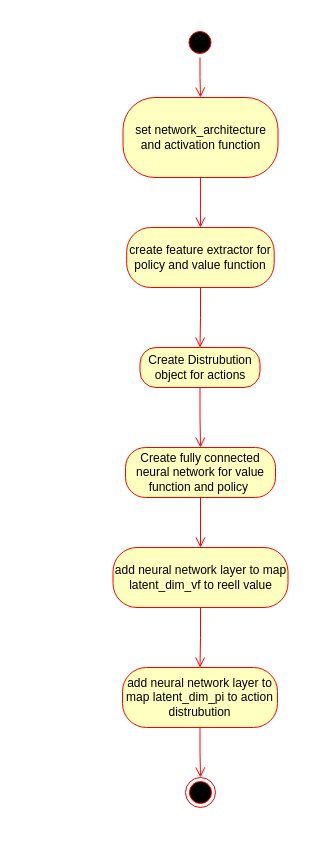
aferdina/rlcoding-lecturenodes keeps this draw.io diagram as lectures/Lecture_06/images/CreateNeuralNetwork.drawio. Above is the earlier version. Source tidied: cells renumbered, new cells numbered last; positions are measured from the earlier drawing's top-left corner, leaving out a move shared by most shapes. Both pictures are drawn from the tidied source at 100%, with x=0, y=0 at pixel (113, 27).
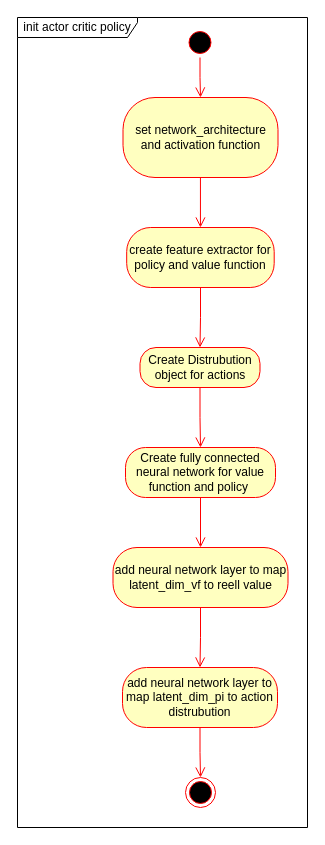
Above is the later version.

Commit message:
add class diagramms

Diff of the diagram source:
```diff
@@
 <mxGraphModel>
   <root>
     <mxCell id="0" />
     <mxCell id="1" parent="0" />
     <mxCell id="2" style="ellipse;html=1;shape=startState;fillColor=#000000;strokeColor=#ff0000;" parent="1" vertex="1">
       <mxGeometry x="71.5" width="30" height="30" as="geometry" />
     </mxCell>
     <mxCell id="3" style="edgeStyle=orthogonalEdgeStyle;html=1;verticalAlign=bottom;endArrow=open;endSize=8;strokeColor=#ff0000;rounded=0;entryX=0.5;entryY=0;entryDx=0;entryDy=0;" parent="1" edge="1" source="2" target="4">
       <mxGeometry relative="1" as="geometry" />
     </mxCell>
     <mxCell id="4" value="set network_architecture and activation function" style="rounded=1;whiteSpace=wrap;html=1;arcSize=40;fontColor=#000000;fillColor=#ffffc0;strokeColor=#ff0000;" parent="1" vertex="1">
       <mxGeometry x="9.5" y="70" width="155" height="80" as="geometry" />
     </mxCell>
     <mxCell id="5" style="edgeStyle=orthogonalEdgeStyle;html=1;verticalAlign=bottom;endArrow=open;endSize=8;strokeColor=#ff0000;rounded=0;entryX=0.5;entryY=0;entryDx=0;entryDy=0;" parent="1" edge="1" source="4" target="6">
       <mxGeometry relative="1" as="geometry" />
     </mxCell>
     <mxCell id="6" value="create feature extractor for policy and value function" style="rounded=1;whiteSpace=wrap;html=1;arcSize=40;fontColor=#000000;fillColor=#ffffc0;strokeColor=#ff0000;" parent="1" vertex="1">
       <mxGeometry x="13.2" y="200" width="147.5" height="60" as="geometry" />
     </mxCell>
     <mxCell id="7" style="edgeStyle=orthogonalEdgeStyle;html=1;verticalAlign=bottom;endArrow=open;endSize=8;strokeColor=#ff0000;rounded=0;entryX=0.5;entryY=0;entryDx=0;entryDy=0;" parent="1" edge="1" source="6" target="8">
       <mxGeometry relative="1" as="geometry" />
     </mxCell>
     <mxCell id="8" value="Create Distrubution object for actions" style="rounded=1;whiteSpace=wrap;html=1;arcSize=40;fontColor=#000000;fillColor=#ffffc0;strokeColor=#ff0000;" parent="1" vertex="1">
       <mxGeometry x="26.5" y="320" width="120" height="40" as="geometry" />
     </mxCell>
     <mxCell id="9" style="edgeStyle=orthogonalEdgeStyle;html=1;verticalAlign=bottom;endArrow=open;endSize=8;strokeColor=#ff0000;rounded=0;entryX=0.5;entryY=0;entryDx=0;entryDy=0;" parent="1" edge="1" source="8" target="10">
       <mxGeometry relative="1" as="geometry" />
     </mxCell>
     <mxCell id="10" value="Create fully connected neural network for value function and policy&amp;nbsp;" style="rounded=1;whiteSpace=wrap;html=1;arcSize=40;fontColor=#000000;fillColor=#ffffc0;strokeColor=#ff0000;" parent="1" vertex="1">
       <mxGeometry x="12" y="420" width="150" height="50" as="geometry" />
     </mxCell>
     <mxCell id="11" style="edgeStyle=orthogonalEdgeStyle;html=1;verticalAlign=bottom;endArrow=open;endSize=8;strokeColor=#ff0000;rounded=0;entryX=0.5;entryY=0;entryDx=0;entryDy=0;" parent="1" edge="1" source="10" target="12">
       <mxGeometry relative="1" as="geometry" />
     </mxCell>
     <mxCell id="12" value="add neural network layer to map latent_dim_vf to reell value" style="rounded=1;whiteSpace=wrap;html=1;arcSize=40;fontColor=#000000;fillColor=#ffffc0;strokeColor=#ff0000;" parent="1" vertex="1">
       <mxGeometry x="-0.5" y="520" width="175" height="60" as="geometry" />
     </mxCell>
     <mxCell id="13" style="edgeStyle=orthogonalEdgeStyle;html=1;verticalAlign=bottom;endArrow=open;endSize=8;strokeColor=#ff0000;rounded=0;entryX=0.5;entryY=0;entryDx=0;entryDy=0;" parent="1" edge="1" source="12" target="14">
       <mxGeometry relative="1" as="geometry" />
     </mxCell>
     <mxCell id="14" value="add neural network layer to map latent_dim_pi to action distrubution" style="rounded=1;whiteSpace=wrap;html=1;arcSize=40;fontColor=#000000;fillColor=#ffffc0;strokeColor=#ff0000;" parent="1" vertex="1">
       <mxGeometry x="9" y="640" width="155" height="60" as="geometry" />
     </mxCell>
     <mxCell id="15" style="edgeStyle=orthogonalEdgeStyle;html=1;verticalAlign=bottom;endArrow=open;endSize=8;strokeColor=#ff0000;rounded=0;entryX=0.5;entryY=0;entryDx=0;entryDy=0;" parent="1" edge="1" source="14" target="16">
       <mxGeometry relative="1" as="geometry" />
     </mxCell>
     <mxCell id="16" style="ellipse;html=1;shape=endState;fillColor=#000000;strokeColor=#ff0000;" parent="1" vertex="1">
       <mxGeometry x="72" y="750" width="30" height="30" as="geometry" />
     </mxCell>
+    <mxCell id="17" value="init actor critic policy" style="shape=umlFrame;whiteSpace=wrap;html=1;width=120;height=20;" parent="1" vertex="1">
+      <mxGeometry x="-96" y="-10" width="290" height="810" as="geometry" />
+    </mxCell>
   </root>
 </mxGraphModel>
```
